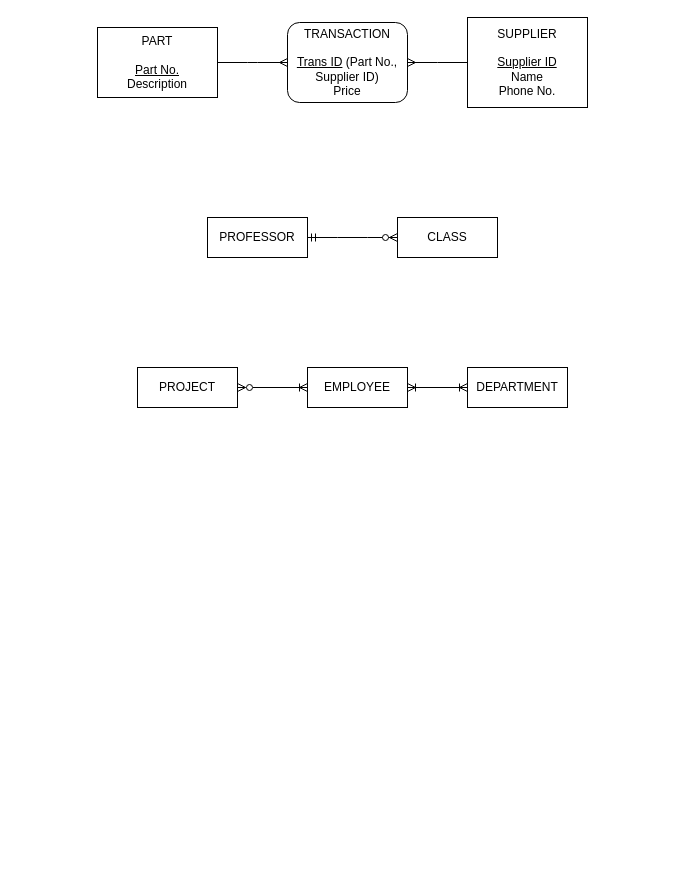
Before: Untitled Diagram.drawio in SamanZargarzadeh/ERD, a draw.io diagram. Source tidied: cells renumbered, new cells numbered last; positions are measured from the earlier drawing's top-left corner, leaving out a move shared by most shapes. Both pictures are drawn from the tidied source at 100%, with x=0, y=0 at pixel (97, 17).
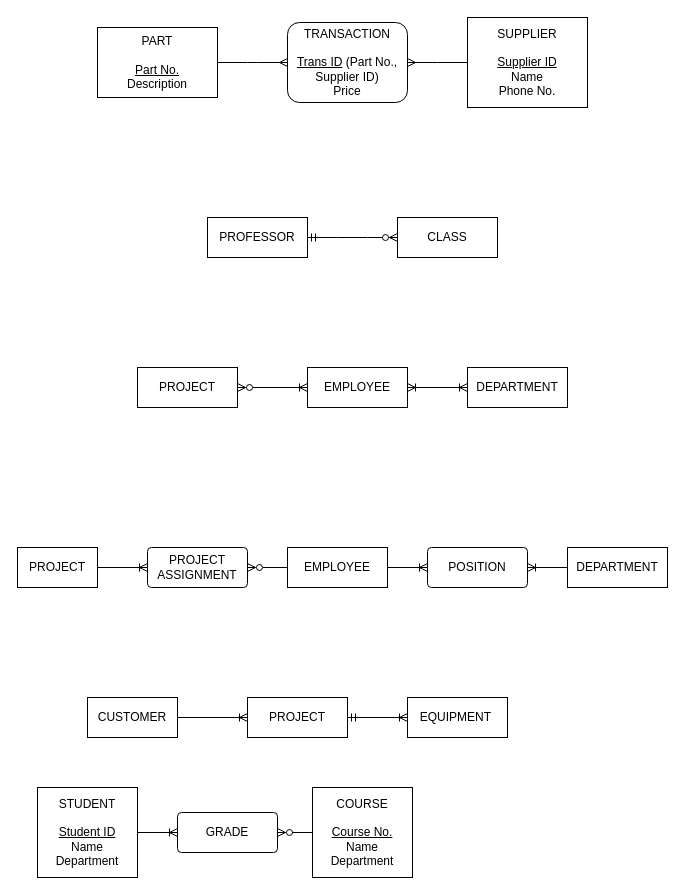
The same diagram, later.

Diff of the diagram source:
```diff
@@
+    <mxCell id="15" style="edgeStyle=orthogonalEdgeStyle;rounded=0;jettySize=auto;html=1;exitX=1;exitY=0.5;exitDx=0;exitDy=0;entryX=0;entryY=0.5;entryDx=0;entryDy=0;endArrow=ERoneToMany;endFill=0;startArrow=none;startFill=0;" parent="1" edge="1" source="16" target="23">
+      <mxGeometry relative="1" as="geometry" />
+    </mxCell>
+    <mxCell id="16" value="EMPLOYEE" style="whiteSpace=wrap;html=1;align=center;" parent="1" vertex="1">
+      <mxGeometry x="190" y="530" width="100" height="40" as="geometry" />
+    </mxCell>
+    <mxCell id="17" value="DEPARTMENT" style="whiteSpace=wrap;html=1;align=center;" parent="1" vertex="1">
+      <mxGeometry x="470" y="530" width="100" height="40" as="geometry" />
+    </mxCell>
+    <mxCell id="18" style="edgeStyle=orthogonalEdgeStyle;rounded=0;jettySize=auto;html=1;entryX=0;entryY=0.5;entryDx=0;entryDy=0;endArrow=none;endFill=0;startArrow=ERzeroToMany;startFill=0;exitX=1;exitY=0.5;exitDx=0;exitDy=0;" parent="1" edge="1" source="21" target="16">
+      <mxGeometry relative="1" as="geometry" />
+    </mxCell>
+    <mxCell id="19" style="edgeStyle=orthogonalEdgeStyle;rounded=0;jettySize=auto;html=1;entryX=0;entryY=0.5;entryDx=0;entryDy=0;endArrow=ERoneToMany;endFill=0;startArrow=none;startFill=0;" parent="1" edge="1" source="20" target="21">
+      <mxGeometry relative="1" as="geometry" />
+    </mxCell>
+    <mxCell id="20" value="PROJECT" style="whiteSpace=wrap;html=1;align=center;" parent="1" vertex="1">
+      <mxGeometry x="-80" y="530" width="80" height="40" as="geometry" />
+    </mxCell>
+    <mxCell id="21" value="PROJECT&lt;br&gt;ASSIGNMENT" style="rounded=1;arcSize=10;whiteSpace=wrap;html=1;align=center;" parent="1" vertex="1">
+      <mxGeometry x="50" y="530" width="100" height="40" as="geometry" />
+    </mxCell>
+    <mxCell id="22" style="edgeStyle=orthogonalEdgeStyle;rounded=0;jettySize=auto;html=1;entryX=0;entryY=0.5;entryDx=0;entryDy=0;endArrow=none;endFill=0;startArrow=ERoneToMany;startFill=0;" parent="1" edge="1" source="23" target="17">
+      <mxGeometry relative="1" as="geometry" />
+    </mxCell>
+    <mxCell id="23" value="POSITION" style="rounded=1;arcSize=10;whiteSpace=wrap;html=1;align=center;" parent="1" vertex="1">
+      <mxGeometry x="330" y="530" width="100" height="40" as="geometry" />
+    </mxCell>
+    <mxCell id="24" style="edgeStyle=orthogonalEdgeStyle;rounded=0;jettySize=auto;html=1;entryX=0;entryY=0.5;entryDx=0;entryDy=0;endArrow=ERoneToMany;endFill=0;" parent="1" edge="1" source="25" target="27">
+      <mxGeometry relative="1" as="geometry" />
+    </mxCell>
+    <mxCell id="25" value="CUSTOMER" style="whiteSpace=wrap;html=1;align=center;" parent="1" vertex="1">
+      <mxGeometry x="-10" y="680" width="90" height="40" as="geometry" />
+    </mxCell>
+    <mxCell id="26" style="edgeStyle=orthogonalEdgeStyle;rounded=0;jettySize=auto;html=1;endArrow=ERoneToMany;endFill=0;startArrow=ERmandOne;startFill=0;" parent="1" edge="1" source="27" target="28">
+      <mxGeometry relative="1" as="geometry" />
+    </mxCell>
+    <mxCell id="27" value="PROJECT" style="whiteSpace=wrap;html=1;align=center;" parent="1" vertex="1">
+      <mxGeometry x="150" y="680" width="100" height="40" as="geometry" />
+    </mxCell>
+    <mxCell id="28" value="&lt;span style=&quot;background-color: rgb(255, 255, 255);&quot;&gt;EQUIPMENT&amp;nbsp;&lt;br&gt;&lt;/span&gt;" style="whiteSpace=wrap;html=1;align=center;" parent="1" vertex="1">
+      <mxGeometry x="310" y="680" width="100" height="40" as="geometry" />
+    </mxCell>
+    <mxCell id="29" value="STUDENT&lt;br&gt;&lt;br&gt;&lt;u&gt;Student ID&lt;/u&gt;&lt;br&gt;Name&lt;br&gt;Department" style="whiteSpace=wrap;html=1;align=center;" parent="1" vertex="1">
+      <mxGeometry x="-60" y="770" width="100" height="90" as="geometry" />
+    </mxCell>
+    <mxCell id="30" value="COURSE&lt;br&gt;&lt;br&gt;&lt;u style=&quot;border-color: var(--border-color);&quot;&gt;Course No.&lt;/u&gt;&lt;br style=&quot;border-color: var(--border-color);&quot;&gt;Name&lt;br style=&quot;border-color: var(--border-color);&quot;&gt;Department" style="whiteSpace=wrap;html=1;align=center;" parent="1" vertex="1">
+      <mxGeometry x="215" y="770" width="100" height="90" as="geometry" />
+    </mxCell>
+    <mxCell id="31" style="edgeStyle=orthogonalEdgeStyle;rounded=0;jettySize=auto;html=1;entryX=1;entryY=0.5;entryDx=0;entryDy=0;endArrow=none;endFill=0;startArrow=ERoneToMany;startFill=0;" parent="1" edge="1" source="33" target="29">
+      <mxGeometry relative="1" as="geometry" />
+    </mxCell>
+    <mxCell id="32" style="edgeStyle=orthogonalEdgeStyle;rounded=0;jettySize=auto;html=1;endArrow=none;endFill=0;startArrow=ERzeroToMany;startFill=0;" parent="1" edge="1" source="33" target="30">
+      <mxGeometry relative="1" as="geometry" />
+    </mxCell>
+    <mxCell id="33" value="GRADE" style="rounded=1;arcSize=10;whiteSpace=wrap;html=1;align=center;" parent="1" vertex="1">
+      <mxGeometry x="80" y="795" width="100" height="40" as="geometry" />
+    </mxCell>
```
